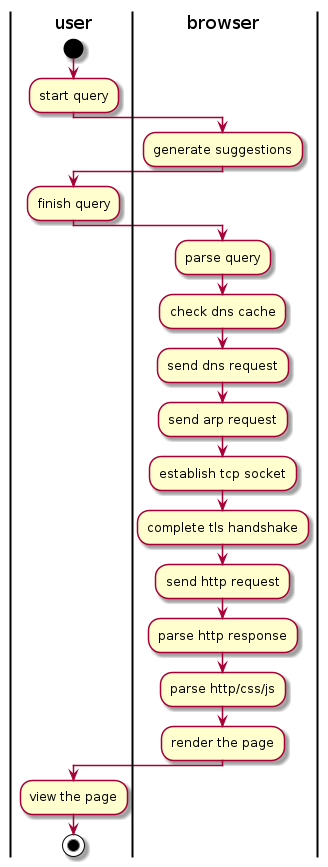
Above: activity.png in mai-re-course/process-to-diagram-neozumm (PlantUML), before the change.
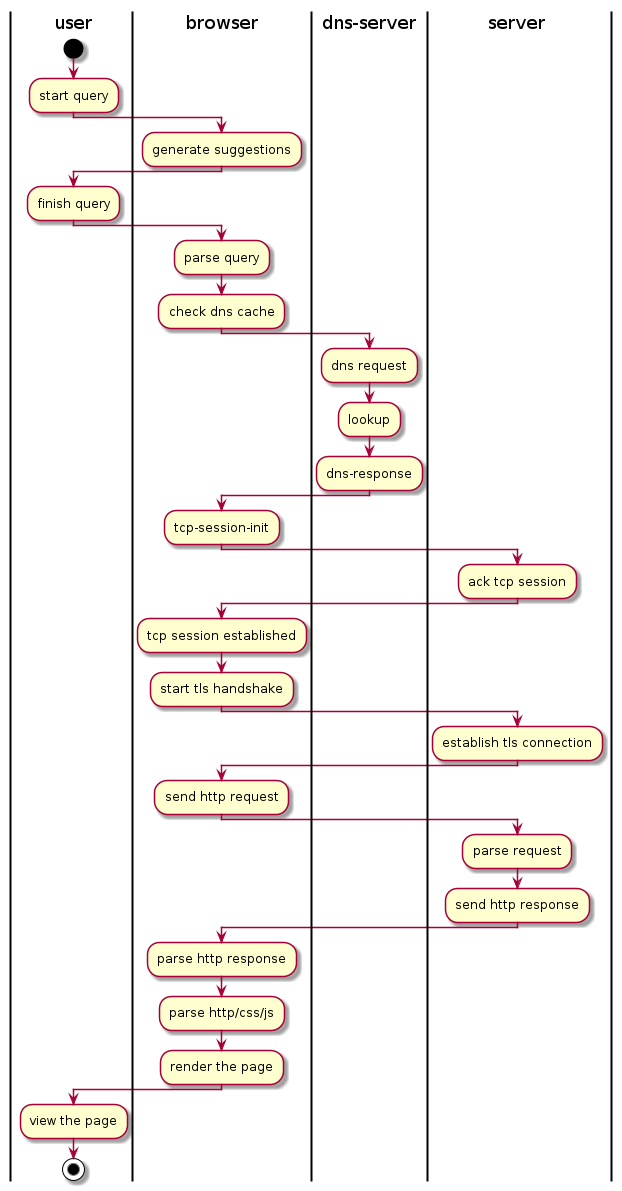
The same file after the commit.

Commit message:
regenerate diagrams

Change to the diagram source:
```diff
@@ -9,11 +9,25 @@
 |browser|
 :parse query;
 :check dns cache;
-:send dns request;
-:send arp request;
-:establish tcp socket;
-:complete tls handshake;
+|dns-server|
+:dns request;
+:lookup;
+:dns-response;
+|browser|
+:tcp-session-init;
+|server|
+:ack tcp session;
+|browser|
+:tcp session established;
+:start tls handshake;
+|server|
+:establish tls connection;
+|browser|
 :send http request;
+|server|
+:parse request;
+:send http response;
+|browser|
 :parse http response;
 :parse http/css/js;
 :render the page;
```
